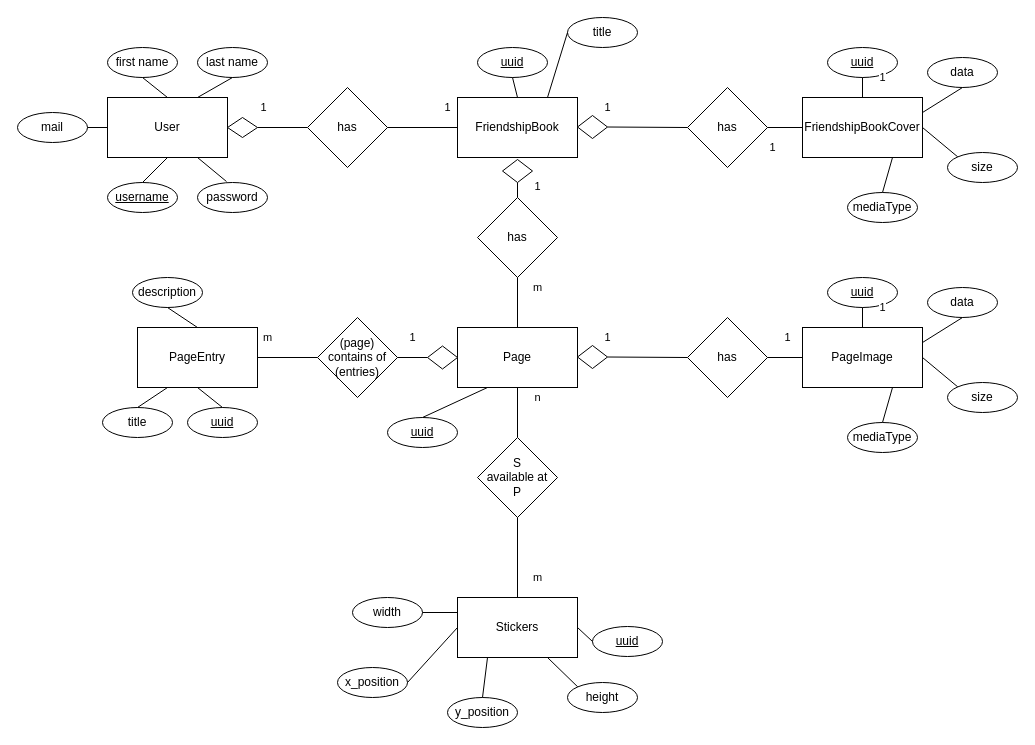
The draw.io diagram design/DatabaseERM.drawio in ninjeanne/bookly, before the edit. Source tidied: cells renumbered, new cells numbered last; positions are measured from the earlier drawing's top-left corner, leaving out a move shared by most shapes. Both pictures are drawn from the tidied source at 100%, with x=0, y=0 at pixel (17, 17).
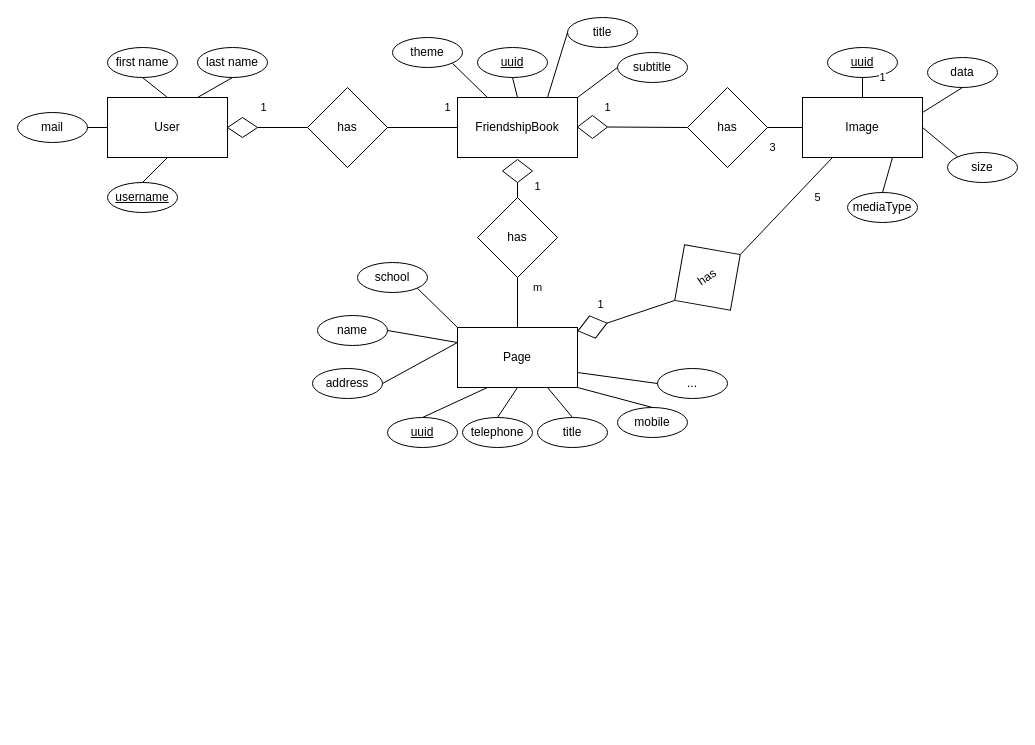
After the change.

Unchanged cells that the change refers to:
```xml
<mxCell id="2" value="User" style="rounded=0;whiteSpace=wrap;html=1;" parent="1" vertex="1">
  <mxGeometry x="90" y="80" width="120" height="60" as="geometry" />
</mxCell>
<mxCell id="3" value="FriendshipBook" style="rounded=0;whiteSpace=wrap;html=1;" parent="1" vertex="1">
  <mxGeometry x="440" y="80" width="120" height="60" as="geometry" />
</mxCell>
<mxCell id="4" value="Page" style="rounded=0;whiteSpace=wrap;html=1;" parent="1" vertex="1">
  <mxGeometry x="440" y="310" width="120" height="60" as="geometry" />
</mxCell>
<mxCell id="35" value="has" style="rhombus;whiteSpace=wrap;html=1;" parent="1" vertex="1">
  <mxGeometry x="670" y="70" width="80" height="80" as="geometry" />
</mxCell>
```

The edit, as a diff of the source:
```diff
@@
-    <mxCell id="5" value="PageEntry" style="rounded=0;whiteSpace=wrap;html=1;" parent="1" vertex="1">
-      <mxGeometry x="120" y="310" width="120" height="60" as="geometry" />
-    </mxCell>
@@
-    <mxCell id="12" value="(page) contains of (entries)" style="rhombus;whiteSpace=wrap;html=1;" parent="1" vertex="1">
-      <mxGeometry x="300" y="300" width="80" height="80" as="geometry" />
-    </mxCell>
-    <mxCell id="13" value="m" style="endArrow=none;html=1;entryX=0;entryY=0.5;entryDx=0;entryDy=0;" parent="1" edge="1" source="5" target="12">
-      <mxGeometry x="-0.67" y="20" relative="1" as="geometry" />
-    </mxCell>
-    <mxCell id="14" value="1" style="endArrow=none;html=1;entryX=0;entryY=0.5;entryDx=0;entryDy=0;exitX=1;exitY=0.5;exitDx=0;exitDy=0;" parent="1" edge="1" source="12" target="40">
-      <mxGeometry y="20" relative="1" as="geometry" />
-    </mxCell>
@@
-    <mxCell id="16" value="&lt;u&gt;uuid&lt;/u&gt;" style="ellipse;whiteSpace=wrap;html=1;" parent="1" vertex="1">
-      <mxGeometry x="170" y="390" width="70" height="30" as="geometry" />
-    </mxCell>
@@
     <mxCell id="18" value="title" style="ellipse;whiteSpace=wrap;html=1;" parent="1" vertex="1">
-      <mxGeometry x="85" y="390" width="70" height="30" as="geometry" />
+      <mxGeometry x="520" y="400" width="70" height="30" as="geometry" />
     </mxCell>
-    <mxCell id="19" value="description" style="ellipse;whiteSpace=wrap;html=1;" parent="1" vertex="1">
-      <mxGeometry x="115" y="260" width="70" height="30" as="geometry" />
-    </mxCell>
@@
-    <mxCell id="25" style="endArrow=none;html=1;entryX=0.25;entryY=1;entryDx=0;entryDy=0;exitX=0.5;exitY=0;exitDx=0;exitDy=0;" parent="1" edge="1" source="18" target="5">
+    <mxCell id="25" style="endArrow=none;html=1;entryX=0.75;entryY=1;entryDx=0;entryDy=0;exitX=0.5;exitY=0;exitDx=0;exitDy=0;" parent="1" edge="1" source="18" target="4">
       <mxGeometry relative="1" as="geometry" />
     </mxCell>
-    <mxCell id="26" style="endArrow=none;html=1;entryX=0.5;entryY=1;entryDx=0;entryDy=0;exitX=0.5;exitY=0;exitDx=0;exitDy=0;" parent="1" edge="1" source="16" target="5">
-      <mxGeometry relative="1" as="geometry" />
-    </mxCell>
-    <mxCell id="27" style="endArrow=none;html=1;entryX=0.5;entryY=1;entryDx=0;entryDy=0;exitX=0.5;exitY=0;exitDx=0;exitDy=0;" parent="1" edge="1" source="5" target="19">
-      <mxGeometry relative="1" as="geometry" />
-    </mxCell>
@@
-    <mxCell id="36" value="1" style="endArrow=none;html=1;entryX=0;entryY=0.5;entryDx=0;entryDy=0;exitX=1;exitY=0.5;exitDx=0;exitDy=0;" parent="1" edge="1" source="35" target="71">
+    <mxCell id="36" value="3" style="endArrow=none;html=1;entryX=0;entryY=0.5;entryDx=0;entryDy=0;exitX=1;exitY=0.5;exitDx=0;exitDy=0;" parent="1" edge="1" source="35" target="71">
       <mxGeometry x="-0.71" y="-20" relative="1" as="geometry" />
     </mxCell>
@@
-    <mxCell id="40" style="rhombus;whiteSpace=wrap;html=1;" parent="1" vertex="1">
-      <mxGeometry x="410" y="328.5" width="30" height="23" as="geometry" />
-    </mxCell>
-    <mxCell id="41" value="PageImage" style="rounded=0;whiteSpace=wrap;html=1;" parent="1" vertex="1">
-      <mxGeometry x="785" y="310" width="120" height="60" as="geometry" />
-    </mxCell>
-    <mxCell id="42" value="has" style="rhombus;whiteSpace=wrap;html=1;" parent="1" vertex="1">
-      <mxGeometry x="670" y="300" width="80" height="80" as="geometry" />
-    </mxCell>
-    <mxCell id="43" value="1" style="endArrow=none;html=1;entryX=0;entryY=0.5;entryDx=0;entryDy=0;exitX=1;exitY=0.5;exitDx=0;exitDy=0;" parent="1" edge="1" source="42" target="41">
-      <mxGeometry x="0.14" y="20" relative="1" as="geometry" />
-    </mxCell>
-    <mxCell id="44" value="1" style="endArrow=none;html=1;exitX=1;exitY=0.5;exitDx=0;exitDy=0;entryX=0;entryY=0.5;entryDx=0;entryDy=0;" parent="1" edge="1" source="45" target="42">
-      <mxGeometry x="-1" y="20" relative="1" as="geometry" />
-    </mxCell>
-    <mxCell id="45" style="rhombus;whiteSpace=wrap;html=1;" parent="1" vertex="1">
-      <mxGeometry x="560" y="328" width="30" height="23" as="geometry" />
-    </mxCell>
@@
-    <mxCell id="47" value="&lt;u&gt;uuid&lt;/u&gt;" style="ellipse;whiteSpace=wrap;html=1;" parent="1" vertex="1">
-      <mxGeometry x="810" y="260" width="70" height="30" as="geometry" />
-    </mxCell>
-    <mxCell id="48" value="1" style="endArrow=none;html=1;exitX=0.5;exitY=1;exitDx=0;exitDy=0;entryX=0.5;entryY=0;entryDx=0;entryDy=0;" parent="1" edge="1" source="47" target="41">
-      <mxGeometry x="-1" y="20" relative="1" as="geometry" />
-    </mxCell>
-    <mxCell id="49" value="data" style="ellipse;whiteSpace=wrap;html=1;" parent="1" vertex="1">
-      <mxGeometry x="910" y="270" width="70" height="30" as="geometry" />
-    </mxCell>
-    <mxCell id="50" style="endArrow=none;html=1;exitX=0.5;exitY=1;exitDx=0;exitDy=0;entryX=1;entryY=0.25;entryDx=0;entryDy=0;" parent="1" edge="1" source="49" target="41">
-      <mxGeometry x="-1" y="20" relative="1" as="geometry" />
-    </mxCell>
-    <mxCell id="51" value="size" style="ellipse;whiteSpace=wrap;html=1;" parent="1" vertex="1">
-      <mxGeometry x="930" y="365" width="70" height="30" as="geometry" />
-    </mxCell>
-    <mxCell id="52" style="endArrow=none;html=1;exitX=0;exitY=0;exitDx=0;exitDy=0;entryX=1;entryY=0.5;entryDx=0;entryDy=0;" parent="1" edge="1" source="51" target="41">
-      <mxGeometry x="-1" y="20" relative="1" as="geometry" />
-    </mxCell>
-    <mxCell id="53" value="mediaType" style="ellipse;whiteSpace=wrap;html=1;" parent="1" vertex="1">
-      <mxGeometry x="830" y="405" width="70" height="30" as="geometry" />
-    </mxCell>
-    <mxCell id="54" style="endArrow=none;html=1;exitX=0.5;exitY=0;exitDx=0;exitDy=0;entryX=0.75;entryY=1;entryDx=0;entryDy=0;" parent="1" edge="1" source="53" target="41">
-      <mxGeometry x="-1" y="20" relative="1" as="geometry" />
-    </mxCell>
-    <mxCell id="55" value="password" style="ellipse;whiteSpace=wrap;html=1;" parent="1" vertex="1">
-      <mxGeometry x="180" y="165" width="70" height="30" as="geometry" />
-    </mxCell>
-    <mxCell id="56" style="endArrow=none;html=1;entryX=0.75;entryY=1;entryDx=0;entryDy=0;exitX=0.414;exitY=-0.033;exitDx=0;exitDy=0;exitPerimeter=0;" parent="1" edge="1" source="55" target="2">
-      <mxGeometry relative="1" as="geometry" />
-    </mxCell>
-    <mxCell id="57" value="Stickers" style="rounded=0;whiteSpace=wrap;html=1;" parent="1" vertex="1">
-      <mxGeometry x="440" y="580" width="120" height="60" as="geometry" />
-    </mxCell>
-    <mxCell id="58" value="x_position" style="ellipse;whiteSpace=wrap;html=1;" parent="1" vertex="1">
-      <mxGeometry x="320" y="650" width="70" height="30" as="geometry" />
-    </mxCell>
-    <mxCell id="59" value="y_position" style="ellipse;whiteSpace=wrap;html=1;" parent="1" vertex="1">
-      <mxGeometry x="430" y="680" width="70" height="30" as="geometry" />
-    </mxCell>
-    <mxCell id="60" value="width" style="ellipse;whiteSpace=wrap;html=1;" parent="1" vertex="1">
-      <mxGeometry x="335" y="580" width="70" height="30" as="geometry" />
-    </mxCell>
-    <mxCell id="61" value="height" style="ellipse;whiteSpace=wrap;html=1;" parent="1" vertex="1">
-      <mxGeometry x="550" y="665" width="70" height="30" as="geometry" />
-    </mxCell>
-    <mxCell id="62" style="endArrow=none;html=1;entryX=1;entryY=0.5;entryDx=0;entryDy=0;exitX=0;exitY=0.25;exitDx=0;exitDy=0;" parent="1" edge="1" source="57" target="60">
-      <mxGeometry x="-0.67" y="20" relative="1" as="geometry" />
-    </mxCell>
-    <mxCell id="63" value="&lt;u&gt;uuid&lt;/u&gt;" style="ellipse;whiteSpace=wrap;html=1;" parent="1" vertex="1">
-      <mxGeometry x="575" y="609" width="70" height="30" as="geometry" />
-    </mxCell>
-    <mxCell id="64" style="endArrow=none;html=1;entryX=1;entryY=0.5;entryDx=0;entryDy=0;exitX=0;exitY=0.5;exitDx=0;exitDy=0;" parent="1" edge="1" source="57" target="58">
-      <mxGeometry x="-0.67" y="20" relative="1" as="geometry" />
-    </mxCell>
-    <mxCell id="65" style="endArrow=none;html=1;entryX=0.5;entryY=0;entryDx=0;entryDy=0;exitX=0.25;exitY=1;exitDx=0;exitDy=0;" parent="1" edge="1" source="57" target="59">
-      <mxGeometry x="-0.67" y="20" relative="1" as="geometry" />
-    </mxCell>
-    <mxCell id="66" style="endArrow=none;html=1;entryX=0;entryY=0;entryDx=0;entryDy=0;exitX=0.75;exitY=1;exitDx=0;exitDy=0;" parent="1" edge="1" source="57" target="61">
-      <mxGeometry x="-0.67" y="20" relative="1" as="geometry" />
-    </mxCell>
-    <mxCell id="67" style="endArrow=none;html=1;entryX=1;entryY=0.5;entryDx=0;entryDy=0;exitX=0;exitY=0.5;exitDx=0;exitDy=0;" parent="1" edge="1" source="63" target="57">
-      <mxGeometry x="-0.67" y="20" relative="1" as="geometry" />
-    </mxCell>
-    <mxCell id="68" value="n" style="endArrow=none;html=1;exitX=0.5;exitY=1;exitDx=0;exitDy=0;entryX=0.5;entryY=0;entryDx=0;entryDy=0;" parent="1" edge="1" source="4" target="69">
-      <mxGeometry x="-0.6" y="20" relative="1" as="geometry" />
-    </mxCell>
-    <mxCell id="69" value="S&lt;br&gt;available at&lt;br&gt;P" style="rhombus;whiteSpace=wrap;html=1;" parent="1" vertex="1">
-      <mxGeometry x="460" y="420" width="80" height="80" as="geometry" />
-    </mxCell>
-    <mxCell id="70" value="m" style="endArrow=none;html=1;entryX=0.5;entryY=1;entryDx=0;entryDy=0;exitX=0.5;exitY=0;exitDx=0;exitDy=0;" parent="1" edge="1" source="57" target="69">
-      <mxGeometry x="-0.5" y="-20" relative="1" as="geometry" />
-    </mxCell>
-    <mxCell id="71" value="FriendshipBookCover" style="rounded=0;whiteSpace=wrap;html=1;" parent="1" vertex="1">
+    <mxCell id="71" value="Image" style="rounded=0;whiteSpace=wrap;html=1;" parent="1" vertex="1">
       <mxGeometry x="785" y="80" width="120" height="60" as="geometry" />
     </mxCell>
@@
+    <mxCell id="42" value="has" style="rhombus;whiteSpace=wrap;html=1;rotation=-35;" parent="1" vertex="1">
+      <mxGeometry x="650" y="220" width="80" height="80" as="geometry" />
+    </mxCell>
+    <mxCell id="80" value="5" style="endArrow=none;html=1;entryX=0.25;entryY=1;entryDx=0;entryDy=0;exitX=1;exitY=0.5;exitDx=0;exitDy=0;" parent="1" edge="1" source="42" target="71">
+      <mxGeometry x="0.41" y="-17" relative="1" as="geometry">
+        <mxPoint y="-1" as="offset" />
+      </mxGeometry>
+    </mxCell>
+    <mxCell id="44" value="1" style="endArrow=none;html=1;exitX=1;exitY=0.5;exitDx=0;exitDy=0;entryX=0;entryY=0.5;entryDx=0;entryDy=0;" parent="1" edge="1" source="81" target="42">
+      <mxGeometry x="-1" y="20" relative="1" as="geometry" />
+    </mxCell>
+    <mxCell id="81" style="rhombus;whiteSpace=wrap;html=1;rotation=-15;" parent="1" vertex="1">
+      <mxGeometry x="560" y="298" width="30" height="23" as="geometry" />
+    </mxCell>
+    <mxCell id="82" value="name" style="ellipse;whiteSpace=wrap;html=1;" parent="1" vertex="1">
+      <mxGeometry x="300" y="298" width="70" height="30" as="geometry" />
+    </mxCell>
+    <mxCell id="83" style="endArrow=none;html=1;entryX=1;entryY=0.5;entryDx=0;entryDy=0;exitX=0;exitY=0.25;exitDx=0;exitDy=0;" parent="1" edge="1" source="4" target="82">
+      <mxGeometry relative="1" as="geometry" />
+    </mxCell>
+    <mxCell id="84" value="address" style="ellipse;whiteSpace=wrap;html=1;" parent="1" vertex="1">
+      <mxGeometry x="295" y="351" width="70" height="30" as="geometry" />
+    </mxCell>
+    <mxCell id="85" style="endArrow=none;html=1;entryX=0;entryY=0.25;entryDx=0;entryDy=0;exitX=1;exitY=0.5;exitDx=0;exitDy=0;" parent="1" edge="1" source="84" target="4">
+      <mxGeometry relative="1" as="geometry" />
+    </mxCell>
+    <mxCell id="86" value="telephone" style="ellipse;whiteSpace=wrap;html=1;" parent="1" vertex="1">
+      <mxGeometry x="445" y="400" width="70" height="30" as="geometry" />
+    </mxCell>
+    <mxCell id="87" style="endArrow=none;html=1;entryX=0.5;entryY=1;entryDx=0;entryDy=0;exitX=0.5;exitY=0;exitDx=0;exitDy=0;" parent="1" edge="1" source="86" target="4">
+      <mxGeometry relative="1" as="geometry" />
+    </mxCell>
+    <mxCell id="88" value="mobile" style="ellipse;whiteSpace=wrap;html=1;" parent="1" vertex="1">
+      <mxGeometry x="600" y="390" width="70" height="30" as="geometry" />
+    </mxCell>
+    <mxCell id="89" style="endArrow=none;html=1;entryX=1;entryY=1;entryDx=0;entryDy=0;exitX=0.5;exitY=0;exitDx=0;exitDy=0;" parent="1" edge="1" source="88" target="4">
+      <mxGeometry relative="1" as="geometry" />
+    </mxCell>
+    <mxCell id="90" value="school" style="ellipse;whiteSpace=wrap;html=1;" parent="1" vertex="1">
+      <mxGeometry x="340" y="245" width="70" height="30" as="geometry" />
+    </mxCell>
+    <mxCell id="91" style="endArrow=none;html=1;entryX=1;entryY=1;entryDx=0;entryDy=0;exitX=0;exitY=0;exitDx=0;exitDy=0;" parent="1" edge="1" source="4" target="90">
+      <mxGeometry relative="1" as="geometry" />
+    </mxCell>
+    <mxCell id="92" value="..." style="ellipse;whiteSpace=wrap;html=1;" parent="1" vertex="1">
+      <mxGeometry x="640" y="351" width="70" height="30" as="geometry" />
+    </mxCell>
+    <mxCell id="93" style="endArrow=none;html=1;entryX=1;entryY=0.75;entryDx=0;entryDy=0;exitX=0;exitY=0.5;exitDx=0;exitDy=0;" parent="1" edge="1" source="92" target="4">
+      <mxGeometry relative="1" as="geometry" />
+    </mxCell>
+    <mxCell id="94" value="subtitle" style="ellipse;whiteSpace=wrap;html=1;" parent="1" vertex="1">
+      <mxGeometry x="600" y="35" width="70" height="30" as="geometry" />
+    </mxCell>
+    <mxCell id="95" style="endArrow=none;html=1;entryX=0;entryY=0.5;entryDx=0;entryDy=0;exitX=1;exitY=0;exitDx=0;exitDy=0;" parent="1" edge="1" source="3" target="94">
+      <mxGeometry relative="1" as="geometry" />
+    </mxCell>
+    <mxCell id="96" value="theme" style="ellipse;whiteSpace=wrap;html=1;" parent="1" vertex="1">
+      <mxGeometry x="375" y="20" width="70" height="30" as="geometry" />
+    </mxCell>
+    <mxCell id="97" style="endArrow=none;html=1;exitX=0.25;exitY=0;exitDx=0;exitDy=0;entryX=1;entryY=1;entryDx=0;entryDy=0;" parent="1" edge="1" source="3" target="96">
+      <mxGeometry relative="1" as="geometry" />
+    </mxCell>
```
